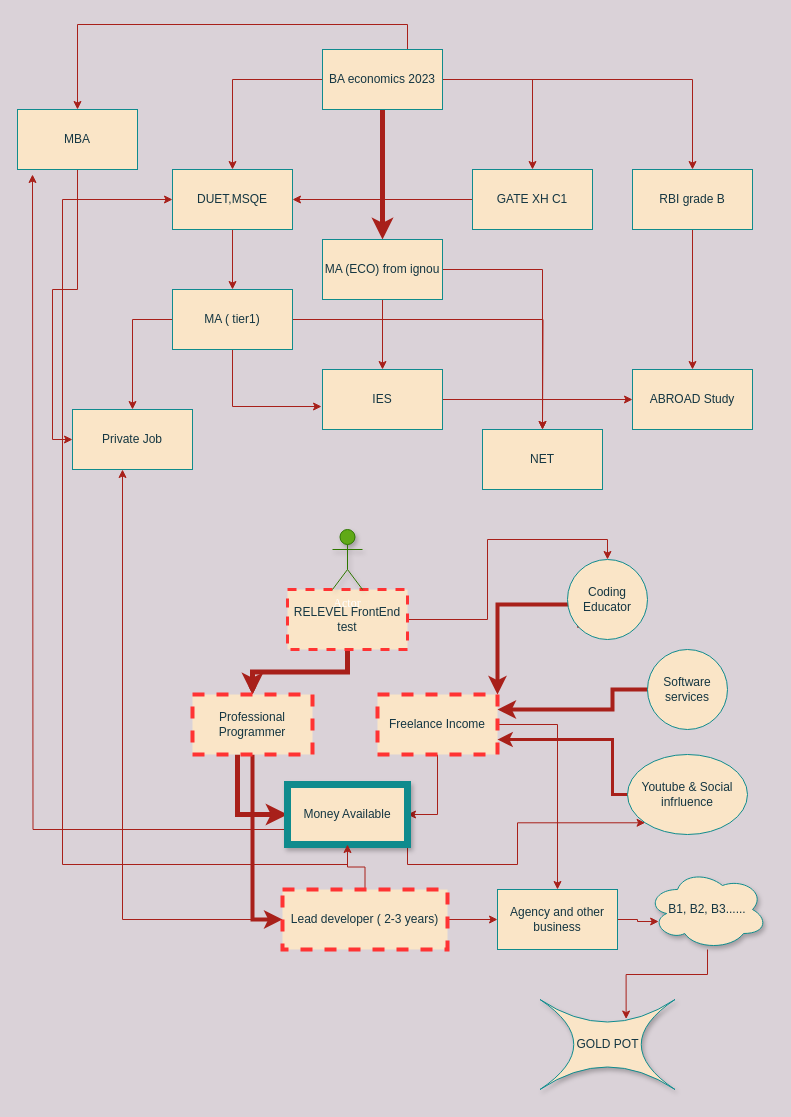
The draw.io diagram IES.drawio in ravigarg001/musafir, before the edit. Source tidied: cells renumbered, new cells numbered last; positions are measured from the earlier drawing's top-left corner, leaving out a move shared by most shapes. Both pictures are drawn from the tidied source at 100%, with x=0, y=0 at pixel (17, 24).
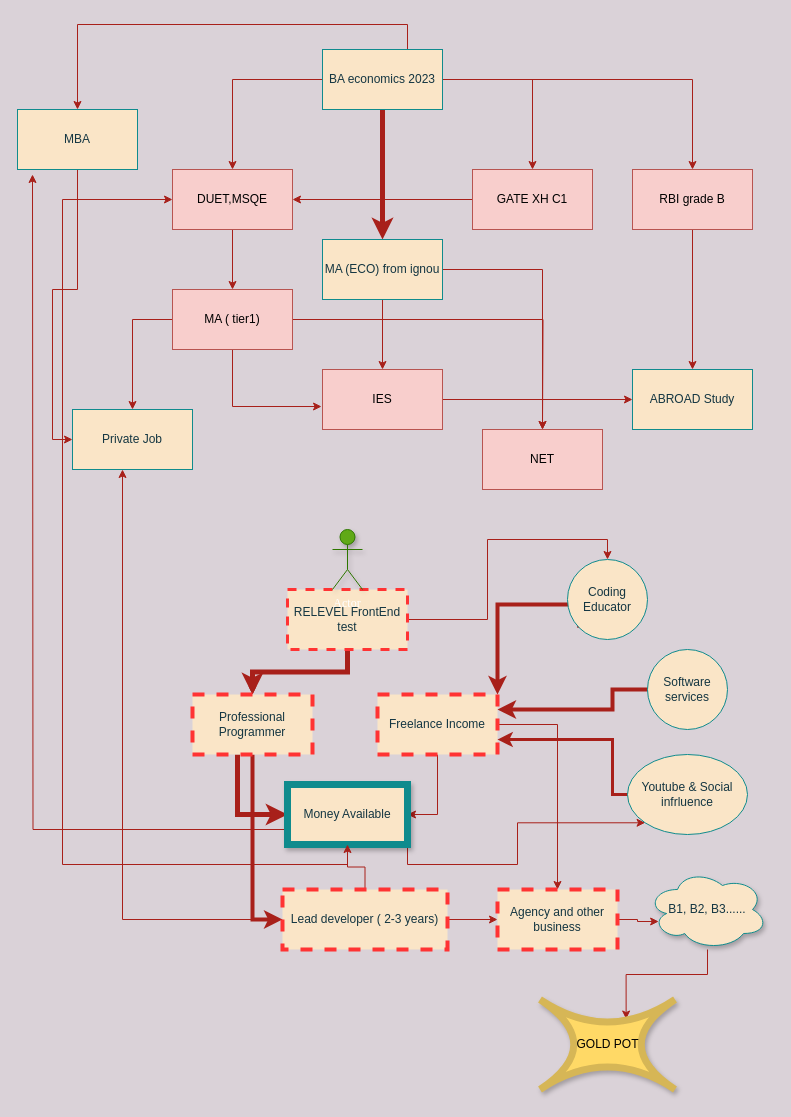
Above is the later version.

The edit, as a diff of the source:
```diff
@@
-    <mxCell id="9" value="DUET,MSQE" style="whiteSpace=wrap;html=1;rounded=0;fillColor=#FAE5C7;strokeColor=#0F8B8D;fontColor=#143642;" parent="1" vertex="1">
+    <mxCell id="9" value="DUET,MSQE" style="whiteSpace=wrap;html=1;rounded=0;fillColor=#f8cecc;strokeColor=#b85450;" parent="1" vertex="1">
       <mxGeometry x="155" y="145" width="120" height="60" as="geometry" />
     </mxCell>
@@
-    <mxCell id="11" value="GATE XH C1" style="whiteSpace=wrap;html=1;rounded=0;fillColor=#FAE5C7;strokeColor=#0F8B8D;fontColor=#143642;" parent="1" vertex="1">
+    <mxCell id="11" value="GATE XH C1" style="whiteSpace=wrap;html=1;rounded=0;fillColor=#f8cecc;strokeColor=#b85450;" parent="1" vertex="1">
       <mxGeometry x="455" y="145" width="120" height="60" as="geometry" />
     </mxCell>
@@
-    <mxCell id="16" value="IES" style="rounded=0;whiteSpace=wrap;html=1;fillColor=#FAE5C7;strokeColor=#0F8B8D;fontColor=#143642;" parent="1" vertex="1">
+    <mxCell id="16" value="IES" style="rounded=0;whiteSpace=wrap;html=1;fillColor=#f8cecc;strokeColor=#b85450;" parent="1" vertex="1">
       <mxGeometry x="305" y="345" width="120" height="60" as="geometry" />
     </mxCell>
@@
-    <mxCell id="18" value="RBI grade B" style="rounded=0;whiteSpace=wrap;html=1;fillColor=#FAE5C7;strokeColor=#0F8B8D;fontColor=#143642;" parent="1" vertex="1">
+    <mxCell id="18" value="RBI grade B" style="rounded=0;whiteSpace=wrap;html=1;fillColor=#f8cecc;strokeColor=#b85450;" parent="1" vertex="1">
       <mxGeometry x="615" y="145" width="120" height="60" as="geometry" />
     </mxCell>
@@
-    <mxCell id="23" value="MA ( tier1)" style="rounded=0;whiteSpace=wrap;html=1;fillColor=#FAE5C7;strokeColor=#0F8B8D;fontColor=#143642;" parent="1" vertex="1">
+    <mxCell id="23" value="MA ( tier1)" style="rounded=0;whiteSpace=wrap;html=1;fillColor=#f8cecc;strokeColor=#b85450;" parent="1" vertex="1">
       <mxGeometry x="155" y="265" width="120" height="60" as="geometry" />
     </mxCell>
@@
-    <mxCell id="25" value="NET" style="rounded=0;whiteSpace=wrap;html=1;fillColor=#FAE5C7;strokeColor=#0F8B8D;fontColor=#143642;" parent="1" vertex="1">
+    <mxCell id="25" value="NET" style="rounded=0;whiteSpace=wrap;html=1;fillColor=#f8cecc;strokeColor=#b85450;" parent="1" vertex="1">
       <mxGeometry x="465" y="405" width="120" height="60" as="geometry" />
     </mxCell>
@@
-    <mxCell id="45" value="Agency and other business" style="rounded=0;whiteSpace=wrap;html=1;fillColor=#FAE5C7;fontColor=#143642;strokeColor=#0F8B8D;" parent="1" vertex="1">
+    <mxCell id="45" value="Agency and other business" style="rounded=0;whiteSpace=wrap;html=1;fillColor=#FAE5C7;fontColor=#143642;strokeColor=#FF3333;dashed=1;strokeWidth=4;" parent="1" vertex="1">
       <mxGeometry x="480" y="865" width="120" height="60" as="geometry" />
     </mxCell>
@@
-    <mxCell id="57" value="GOLD POT" style="shape=switch;whiteSpace=wrap;html=1;rounded=0;shadow=1;glass=0;strokeColor=#0F8B8D;strokeWidth=1;fillColor=#FAE5C7;fontColor=#143642;" parent="1" vertex="1">
+    <mxCell id="57" value="GOLD POT" style="shape=switch;whiteSpace=wrap;html=1;rounded=0;shadow=1;glass=0;strokeColor=#D6B656;strokeWidth=7;fillColor=#FFD966;perimeterSpacing=0;sketch=0;" parent="1" vertex="1">
       <mxGeometry x="522.5" y="975" width="135" height="90" as="geometry" />
     </mxCell>
```
